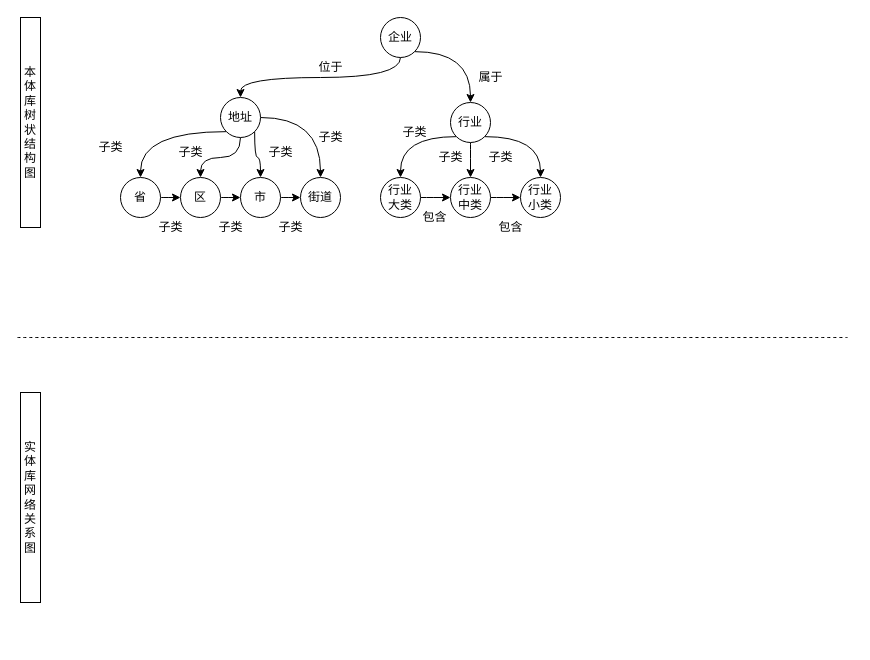
Before: Untitled Diagram.drawio in CastleDream/Blog_Study, a draw.io diagram. Source tidied: cells renumbered, new cells numbered last; positions are measured from the earlier drawing's top-left corner, leaving out a move shared by most shapes. Both pictures are drawn from the tidied source at 100%, with x=0, y=0 at pixel (17, 17).
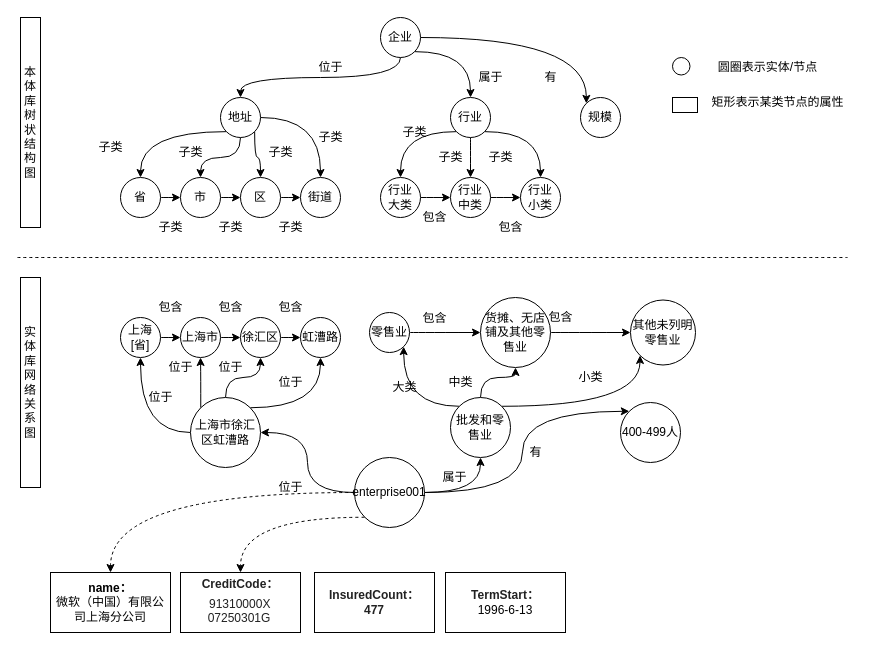
After the change.

Unchanged cells that the change refers to:
```xml
<mxCell id="4" value="企业" style="ellipse;whiteSpace=wrap;html=1;" parent="1" vertex="1">
  <mxGeometry x="363" width="40" height="40" as="geometry" />
</mxCell>
```

Diff of the diagram source:
```diff
@@
+    <mxCell id="43" style="edgeStyle=orthogonalEdgeStyle;curved=1;rounded=0;jettySize=auto;html=1;exitX=1;exitY=0.5;exitDx=0;exitDy=0;entryX=0;entryY=0;entryDx=0;entryDy=0;" parent="1" edge="1" source="4" target="91">
+      <mxGeometry relative="1" as="geometry" />
+    </mxCell>
@@
-    <mxCell id="11" value="市" style="ellipse;whiteSpace=wrap;html=1;" parent="1" vertex="1">
+    <mxCell id="11" value="区" style="ellipse;whiteSpace=wrap;html=1;" parent="1" vertex="1">
       <mxGeometry x="223" y="160" width="40" height="40" as="geometry" />
     </mxCell>
@@
-    <mxCell id="13" value="区" style="ellipse;whiteSpace=wrap;html=1;" parent="1" vertex="1">
+    <mxCell id="13" value="市" style="ellipse;whiteSpace=wrap;html=1;" parent="1" vertex="1">
       <mxGeometry x="163" y="160" width="40" height="40" as="geometry" />
     </mxCell>
@@
     <mxCell id="18" value="实体库网络关系图" style="rounded=0;whiteSpace=wrap;html=1;" parent="1" vertex="1">
-      <mxGeometry x="3" y="375" width="20" height="210" as="geometry" />
+      <mxGeometry x="3" y="260" width="20" height="210" as="geometry" />
     </mxCell>
     <mxCell id="19" style="endArrow=none;dashed=1;html=1;rounded=0;curved=1;" parent="1" edge="1">
       <mxGeometry relative="1" as="geometry">
-        <mxPoint y="320" as="sourcePoint" />
-        <mxPoint x="830" y="320" as="targetPoint" />
+        <mxPoint y="240" as="sourcePoint" />
+        <mxPoint x="830" y="240" as="targetPoint" />
       </mxGeometry>
     </mxCell>
@@
     <mxCell id="24" value="行业" style="ellipse;whiteSpace=wrap;html=1;" parent="1" vertex="1">
-      <mxGeometry x="433" y="85" width="40" height="40" as="geometry" />
+      <mxGeometry x="433" y="80" width="40" height="40" as="geometry" />
     </mxCell>
@@
+    <mxCell id="44" style="edgeStyle=orthogonalEdgeStyle;curved=1;rounded=0;jettySize=auto;html=1;exitX=1;exitY=0.5;exitDx=0;exitDy=0;entryX=0.5;entryY=1;entryDx=0;entryDy=0;" parent="1" edge="1" source="49" target="80">
+      <mxGeometry relative="1" as="geometry" />
+    </mxCell>
+    <mxCell id="45" style="edgeStyle=orthogonalEdgeStyle;curved=1;rounded=0;jettySize=auto;html=1;exitX=0;exitY=0.5;exitDx=0;exitDy=0;entryX=1;entryY=0.5;entryDx=0;entryDy=0;" parent="1" edge="1" source="49" target="66">
+      <mxGeometry relative="1" as="geometry" />
+    </mxCell>
+    <mxCell id="46" style="edgeStyle=orthogonalEdgeStyle;curved=1;rounded=0;jettySize=auto;html=1;exitX=0;exitY=0.5;exitDx=0;exitDy=0;entryX=0.5;entryY=0;entryDx=0;entryDy=0;dashed=1;" parent="1" edge="1" source="49" target="89">
+      <mxGeometry relative="1" as="geometry" />
+    </mxCell>
+    <mxCell id="47" style="edgeStyle=orthogonalEdgeStyle;curved=1;rounded=0;jettySize=auto;html=1;exitX=0;exitY=1;exitDx=0;exitDy=0;entryX=0.5;entryY=0;entryDx=0;entryDy=0;dashed=1;" parent="1" edge="1" source="49" target="90">
+      <mxGeometry relative="1" as="geometry" />
+    </mxCell>
+    <mxCell id="48" style="edgeStyle=orthogonalEdgeStyle;curved=1;rounded=0;jettySize=auto;html=1;exitX=1;exitY=0.5;exitDx=0;exitDy=0;entryX=0;entryY=0;entryDx=0;entryDy=0;" parent="1" edge="1" source="49" target="93">
+      <mxGeometry relative="1" as="geometry" />
+    </mxCell>
+    <mxCell id="49" value="enterprise001" style="ellipse;whiteSpace=wrap;html=1;" parent="1" vertex="1">
+      <mxGeometry x="337" y="440" width="70" height="70" as="geometry" />
+    </mxCell>
+    <mxCell id="50" value="位于" style="text;html=1;align=center;verticalAlign=middle;fillColor=none;strokeColor=none;rounded=0;" parent="1" vertex="1">
+      <mxGeometry x="253" y="460" width="40" height="20" as="geometry" />
+    </mxCell>
+    <mxCell id="51" value="属于" style="text;html=1;align=center;verticalAlign=middle;fillColor=none;strokeColor=none;rounded=0;" parent="1" vertex="1">
+      <mxGeometry x="417" y="450" width="40" height="20" as="geometry" />
+    </mxCell>
+    <mxCell id="52" style="edgeStyle=orthogonalEdgeStyle;curved=1;rounded=0;jettySize=auto;html=1;exitX=1;exitY=0.5;exitDx=0;exitDy=0;entryX=0;entryY=0.5;entryDx=0;entryDy=0;" parent="1" edge="1" source="53" target="56">
+      <mxGeometry relative="1" as="geometry" />
+    </mxCell>
+    <mxCell id="53" value="徐汇区" style="ellipse;whiteSpace=wrap;html=1;" parent="1" vertex="1">
+      <mxGeometry x="223" y="300" width="40" height="40" as="geometry" />
+    </mxCell>
+    <mxCell id="54" style="edgeStyle=orthogonalEdgeStyle;curved=1;rounded=0;jettySize=auto;html=1;exitX=1;exitY=0.5;exitDx=0;exitDy=0;entryX=0;entryY=0.5;entryDx=0;entryDy=0;" parent="1" edge="1" source="55" target="53">
+      <mxGeometry relative="1" as="geometry" />
+    </mxCell>
+    <mxCell id="55" value="上海市" style="ellipse;whiteSpace=wrap;html=1;" parent="1" vertex="1">
+      <mxGeometry x="163" y="300" width="40" height="40" as="geometry" />
+    </mxCell>
+    <mxCell id="56" value="虹漕路" style="ellipse;whiteSpace=wrap;html=1;" parent="1" vertex="1">
+      <mxGeometry x="283" y="300" width="40" height="40" as="geometry" />
+    </mxCell>
+    <mxCell id="57" style="edgeStyle=orthogonalEdgeStyle;curved=1;rounded=0;jettySize=auto;html=1;exitX=1;exitY=0.5;exitDx=0;exitDy=0;entryX=0;entryY=0.5;entryDx=0;entryDy=0;" parent="1" edge="1" source="58" target="55">
+      <mxGeometry relative="1" as="geometry" />
+    </mxCell>
+    <mxCell id="58" value="上海[省]" style="ellipse;whiteSpace=wrap;html=1;" parent="1" vertex="1">
+      <mxGeometry x="103" y="300" width="40" height="40" as="geometry" />
+    </mxCell>
+    <mxCell id="59" value="位于" style="text;html=1;align=center;verticalAlign=middle;fillColor=none;strokeColor=none;rounded=0;" parent="1" vertex="1">
+      <mxGeometry x="123" y="370" width="40" height="20" as="geometry" />
+    </mxCell>
+    <mxCell id="60" value="位于" style="text;html=1;align=center;verticalAlign=middle;fillColor=none;strokeColor=none;rounded=0;" parent="1" vertex="1">
+      <mxGeometry x="193" y="340" width="40" height="20" as="geometry" />
+    </mxCell>
+    <mxCell id="61" value="位于" style="text;html=1;align=center;verticalAlign=middle;fillColor=none;strokeColor=none;rounded=0;" parent="1" vertex="1">
+      <mxGeometry x="253" y="355" width="40" height="20" as="geometry" />
+    </mxCell>
+    <mxCell id="62" style="edgeStyle=orthogonalEdgeStyle;curved=1;rounded=0;jettySize=auto;html=1;exitX=0;exitY=0.5;exitDx=0;exitDy=0;entryX=0.5;entryY=1;entryDx=0;entryDy=0;" parent="1" edge="1" source="66" target="58">
+      <mxGeometry relative="1" as="geometry" />
+    </mxCell>
+    <mxCell id="63" style="edgeStyle=orthogonalEdgeStyle;curved=1;rounded=0;jettySize=auto;html=1;exitX=0;exitY=0;exitDx=0;exitDy=0;entryX=0.5;entryY=1;entryDx=0;entryDy=0;" parent="1" edge="1" source="66" target="55">
+      <mxGeometry relative="1" as="geometry" />
+    </mxCell>
+    <mxCell id="64" style="edgeStyle=orthogonalEdgeStyle;curved=1;rounded=0;jettySize=auto;html=1;exitX=0.5;exitY=0;exitDx=0;exitDy=0;entryX=0.5;entryY=1;entryDx=0;entryDy=0;" parent="1" edge="1" source="66" target="53">
+      <mxGeometry relative="1" as="geometry" />
+    </mxCell>
+    <mxCell id="65" style="edgeStyle=orthogonalEdgeStyle;curved=1;rounded=0;jettySize=auto;html=1;exitX=1;exitY=0;exitDx=0;exitDy=0;entryX=0.5;entryY=1;entryDx=0;entryDy=0;" parent="1" edge="1" source="66" target="56">
+      <mxGeometry relative="1" as="geometry" />
+    </mxCell>
+    <mxCell id="66" value="上海市徐汇区虹漕路" style="ellipse;whiteSpace=wrap;html=1;" parent="1" vertex="1">
+      <mxGeometry x="173" y="380" width="70" height="70" as="geometry" />
+    </mxCell>
+    <mxCell id="67" value="包含" style="text;html=1;align=center;verticalAlign=middle;fillColor=none;strokeColor=none;rounded=0;" parent="1" vertex="1">
+      <mxGeometry x="133" y="280" width="40" height="20" as="geometry" />
+    </mxCell>
+    <mxCell id="68" value="包含" style="text;html=1;align=center;verticalAlign=middle;fillColor=none;strokeColor=none;rounded=0;" parent="1" vertex="1">
+      <mxGeometry x="193" y="280" width="40" height="20" as="geometry" />
+    </mxCell>
+    <mxCell id="69" value="包含" style="text;html=1;align=center;verticalAlign=middle;fillColor=none;strokeColor=none;rounded=0;" parent="1" vertex="1">
+      <mxGeometry x="253" y="280" width="40" height="20" as="geometry" />
+    </mxCell>
+    <mxCell id="70" style="edgeStyle=orthogonalEdgeStyle;curved=1;rounded=0;jettySize=auto;html=1;exitX=1;exitY=0.5;exitDx=0;exitDy=0;entryX=0;entryY=0.5;entryDx=0;entryDy=0;" parent="1" edge="1" source="71" target="73">
+      <mxGeometry relative="1" as="geometry" />
+    </mxCell>
+    <mxCell id="71" value="零售业" style="ellipse;whiteSpace=wrap;html=1;" parent="1" vertex="1">
+      <mxGeometry x="352" y="295" width="40" height="40" as="geometry" />
+    </mxCell>
+    <mxCell id="72" style="edgeStyle=orthogonalEdgeStyle;curved=1;rounded=0;jettySize=auto;html=1;exitX=1;exitY=0.5;exitDx=0;exitDy=0;entryX=0;entryY=0.5;entryDx=0;entryDy=0;" parent="1" edge="1" source="73" target="74">
+      <mxGeometry relative="1" as="geometry" />
+    </mxCell>
+    <mxCell id="73" value="货摊、无店铺及其他零售业" style="ellipse;whiteSpace=wrap;html=1;" parent="1" vertex="1">
+      <mxGeometry x="463" y="280" width="70" height="70" as="geometry" />
+    </mxCell>
+    <mxCell id="74" value="其他未列明零售业" style="ellipse;whiteSpace=wrap;html=1;" parent="1" vertex="1">
+      <mxGeometry x="613" y="282.5" width="65" height="65" as="geometry" />
+    </mxCell>
+    <mxCell id="75" value="包含" style="text;html=1;align=center;verticalAlign=middle;fillColor=none;strokeColor=none;rounded=0;" parent="1" vertex="1">
+      <mxGeometry x="523" y="290" width="40" height="20" as="geometry" />
+    </mxCell>
+    <mxCell id="76" value="包含" style="text;html=1;align=center;verticalAlign=middle;fillColor=none;strokeColor=none;rounded=0;" parent="1" vertex="1">
+      <mxGeometry x="397" y="291" width="40" height="20" as="geometry" />
+    </mxCell>
+    <mxCell id="77" style="edgeStyle=orthogonalEdgeStyle;curved=1;rounded=0;jettySize=auto;html=1;exitX=0;exitY=0;exitDx=0;exitDy=0;entryX=1;entryY=1;entryDx=0;entryDy=0;" parent="1" edge="1" source="80" target="71">
+      <mxGeometry relative="1" as="geometry" />
+    </mxCell>
+    <mxCell id="78" style="edgeStyle=orthogonalEdgeStyle;curved=1;rounded=0;jettySize=auto;html=1;exitX=0.5;exitY=0;exitDx=0;exitDy=0;entryX=0.5;entryY=1;entryDx=0;entryDy=0;" parent="1" edge="1" source="80" target="73">
+      <mxGeometry relative="1" as="geometry" />
+    </mxCell>
+    <mxCell id="79" style="edgeStyle=orthogonalEdgeStyle;curved=1;rounded=0;jettySize=auto;html=1;exitX=1;exitY=0;exitDx=0;exitDy=0;entryX=0;entryY=1;entryDx=0;entryDy=0;" parent="1" edge="1" source="80" target="74">
+      <mxGeometry relative="1" as="geometry" />
+    </mxCell>
+    <mxCell id="80" value="批发和零售业" style="ellipse;whiteSpace=wrap;html=1;" parent="1" vertex="1">
+      <mxGeometry x="433" y="380" width="60" height="60" as="geometry" />
+    </mxCell>
+    <mxCell id="81" value="大类" style="text;html=1;align=center;verticalAlign=middle;fillColor=none;strokeColor=none;rounded=0;" parent="1" vertex="1">
+      <mxGeometry x="367" y="360" width="40" height="20" as="geometry" />
+    </mxCell>
+    <mxCell id="82" value="中类" style="text;html=1;align=center;verticalAlign=middle;fillColor=none;strokeColor=none;rounded=0;" parent="1" vertex="1">
+      <mxGeometry x="423" y="355" width="40" height="20" as="geometry" />
+    </mxCell>
+    <mxCell id="83" value="位于" style="text;html=1;align=center;verticalAlign=middle;fillColor=none;strokeColor=none;rounded=0;" parent="1" vertex="1">
+      <mxGeometry x="143" y="340" width="40" height="20" as="geometry" />
+    </mxCell>
+    <mxCell id="84" value="小类" style="text;html=1;align=center;verticalAlign=middle;fillColor=none;strokeColor=none;rounded=0;" parent="1" vertex="1">
+      <mxGeometry x="553" y="350" width="40" height="20" as="geometry" />
+    </mxCell>
+    <mxCell id="85" style="ellipse;whiteSpace=wrap;html=1;" parent="1" vertex="1">
+      <mxGeometry x="655" y="40" width="17.5" height="17.5" as="geometry" />
+    </mxCell>
+    <mxCell id="86" value="圆圈表示实体/节点" style="text;html=1;align=center;verticalAlign=middle;fillColor=none;strokeColor=none;rounded=0;" parent="1" vertex="1">
+      <mxGeometry x="695" y="40" width="110" height="20" as="geometry" />
+    </mxCell>
+    <mxCell id="87" style="rounded=0;whiteSpace=wrap;html=1;" parent="1" vertex="1">
+      <mxGeometry x="655" y="80" width="25" height="15" as="geometry" />
+    </mxCell>
+    <mxCell id="88" value="矩形表示某类节点的属性" style="text;html=1;align=center;verticalAlign=middle;fillColor=none;strokeColor=none;rounded=0;" parent="1" vertex="1">
+      <mxGeometry x="685" y="75" width="150" height="20" as="geometry" />
+    </mxCell>
+    <mxCell id="89" value="&lt;b&gt;name：&lt;br&gt;&lt;/b&gt;微软（中国）有限公司上海分公司" style="whiteSpace=wrap;html=1;" parent="1" vertex="1">
+      <mxGeometry x="33" y="555" width="120" height="60" as="geometry" />
+    </mxCell>
+    <mxCell id="90" value="&lt;span style=&quot;color: rgba(0 , 0 , 0 , 0.87) ; font-family: , &amp;#34;blinkmacsystemfont&amp;#34; , &amp;#34;segoe ui&amp;#34; , &amp;#34;helvetica&amp;#34; , &amp;#34;arial&amp;#34; , sans-serif , &amp;#34;apple color emoji&amp;#34; , &amp;#34;segoe ui emoji&amp;#34; , &amp;#34;segoe ui symbol&amp;#34; ; font-weight: 700 ; text-align: right ; background-color: rgb(255 , 255 , 255)&quot;&gt;&lt;br&gt;CreditCode：&lt;/span&gt;&lt;table border=&quot;1&quot; class=&quot;dataframe&quot; style=&quot;border-collapse: collapse ; border-spacing: 0px ; border: none ; color: rgba(0 , 0 , 0 , 0.87) ; table-layout: fixed ; margin-left: 0px ; margin-right: 0px ; margin-bottom: 1em ; font-family: , &amp;#34;blinkmacsystemfont&amp;#34; , &amp;#34;segoe ui&amp;#34; , &amp;#34;helvetica&amp;#34; , &amp;#34;arial&amp;#34; , sans-serif , &amp;#34;apple color emoji&amp;#34; , &amp;#34;segoe ui emoji&amp;#34; , &amp;#34;segoe ui symbol&amp;#34; ; background-color: rgb(255 , 255 , 255)&quot;&gt;&lt;tbody&gt;&lt;tr style=&quot;vertical-align: middle ; padding: 0.5em ; line-height: normal ; max-width: none ; border: none ; text-align: right&quot;&gt;&lt;td style=&quot;vertical-align: middle ; padding: 0.5em ; line-height: normal ; max-width: none ; border: none&quot;&gt;91310000X&lt;br&gt;07250301G&lt;br&gt;&lt;/td&gt;&lt;/tr&gt;&lt;/tbody&gt;&lt;/table&gt;" style="whiteSpace=wrap;html=1;" parent="1" vertex="1">
+      <mxGeometry x="163" y="555" width="120" height="60" as="geometry" />
+    </mxCell>
+    <mxCell id="91" value="规模" style="ellipse;whiteSpace=wrap;html=1;" parent="1" vertex="1">
+      <mxGeometry x="563" y="80" width="40" height="40" as="geometry" />
+    </mxCell>
+    <mxCell id="92" value="有" style="text;html=1;align=center;verticalAlign=middle;fillColor=none;strokeColor=none;rounded=0;" parent="1" vertex="1">
+      <mxGeometry x="518" y="50" width="30" height="20" as="geometry" />
+    </mxCell>
+    <mxCell id="93" value="400-499人" style="ellipse;whiteSpace=wrap;html=1;" parent="1" vertex="1">
+      <mxGeometry x="603" y="385" width="60" height="60" as="geometry" />
+    </mxCell>
+    <mxCell id="94" value="有" style="text;html=1;align=center;verticalAlign=middle;fillColor=none;strokeColor=none;rounded=0;" parent="1" vertex="1">
+      <mxGeometry x="503" y="425" width="30" height="20" as="geometry" />
+    </mxCell>
+    <mxCell id="95" value="&lt;span style=&quot;color: rgba(0 , 0 , 0 , 0.87) ; font-family: , &amp;#34;blinkmacsystemfont&amp;#34; , &amp;#34;segoe ui&amp;#34; , &amp;#34;helvetica&amp;#34; , &amp;#34;arial&amp;#34; , sans-serif , &amp;#34;apple color emoji&amp;#34; , &amp;#34;segoe ui emoji&amp;#34; , &amp;#34;segoe ui symbol&amp;#34; ; font-weight: 700 ; text-align: right ; background-color: rgb(255 , 255 , 255)&quot;&gt;InsuredCount：&lt;br&gt;477&lt;/span&gt;" style="whiteSpace=wrap;html=1;" parent="1" vertex="1">
+      <mxGeometry x="297" y="555" width="120" height="60" as="geometry" />
+    </mxCell>
+    <mxCell id="96" value="&lt;span style=&quot;color: rgba(0 , 0 , 0 , 0.87) ; font-family: , &amp;#34;blinkmacsystemfont&amp;#34; , &amp;#34;segoe ui&amp;#34; , &amp;#34;helvetica&amp;#34; , &amp;#34;arial&amp;#34; , sans-serif , &amp;#34;apple color emoji&amp;#34; , &amp;#34;segoe ui emoji&amp;#34; , &amp;#34;segoe ui symbol&amp;#34; ; font-weight: 700 ; text-align: right ; background-color: rgb(255 , 255 , 255)&quot;&gt;TermStart：&lt;br&gt;&lt;/span&gt;1996-6-13" style="whiteSpace=wrap;html=1;" parent="1" vertex="1">
+      <mxGeometry x="428" y="555" width="120" height="60" as="geometry" />
+    </mxCell>
```
